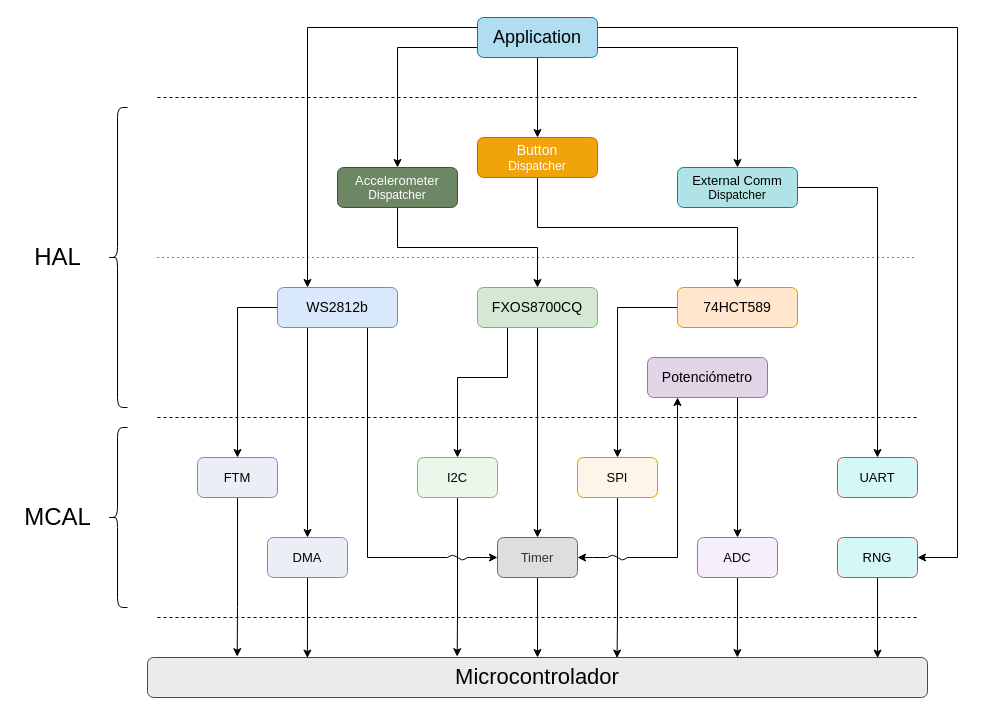
Above: TP2/Drivers_diagram.drawio in tlondero/LaboDeMicros (draw.io), before the change. Source tidied: cells renumbered, new cells numbered last; positions are measured from the earlier drawing's top-left corner, leaving out a move shared by most shapes. Both pictures are drawn from the tidied source at 100%, with x=0, y=0 at pixel (17, 17).
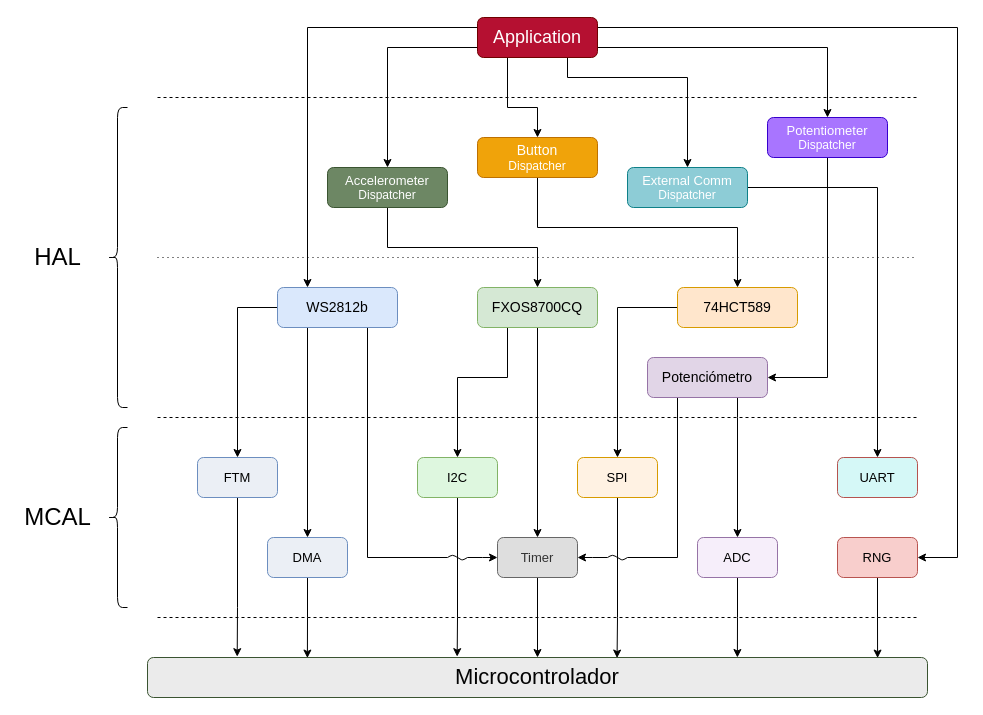
Above is the later version.

Unchanged cells that the change refers to:
```xml
<mxCell id="11" value="&lt;font style=&quot;font-size: 14px&quot;&gt;WS2812b&lt;/font&gt;" style="rounded=1;whiteSpace=wrap;html=1;fillColor=#dae8fc;strokeColor=#6c8ebf;" parent="1" vertex="1">
  <mxGeometry x="260" y="270" width="120" height="40" as="geometry" />
</mxCell>
<mxCell id="20" value="&lt;font style=&quot;font-size: 14px&quot;&gt;FXOS8700CQ&lt;/font&gt;" style="rounded=1;whiteSpace=wrap;html=1;fillColor=#d5e8d4;strokeColor=#82b366;" parent="1" vertex="1">
  <mxGeometry x="460" y="270" width="120" height="40" as="geometry" />
</mxCell>
<mxCell id="40" value="&lt;font style=&quot;font-size: 14px&quot;&gt;Potenciómetro&lt;/font&gt;" style="rounded=1;whiteSpace=wrap;html=1;fillColor=#e1d5e7;strokeColor=#9673a6;" parent="1" vertex="1">
  <mxGeometry x="630" y="340" width="120" height="40" as="geometry" />
</mxCell>
<mxCell id="47" value="&lt;font style=&quot;font-size: 14px&quot;&gt;Button&lt;/font&gt;&lt;br&gt;Dispatcher" style="rounded=1;whiteSpace=wrap;html=1;fillColor=#f0a30a;strokeColor=#BD7000;fontColor=#ffffff;" parent="1" vertex="1">
  <mxGeometry x="460" y="120" width="120" height="40" as="geometry" />
</mxCell>
```

Change to the diagram source:
```diff
@@
     <mxCell id="3" style="edgeStyle=orthogonalEdgeStyle;rounded=0;jettySize=auto;html=1;entryX=0.5;entryY=0;entryDx=0;entryDy=0;" parent="1" edge="1" source="7" target="45">
       <mxGeometry relative="1" as="geometry">
         <Array as="points">
-          <mxPoint x="380" y="30" />
+          <mxPoint x="370" y="30" />
         </Array>
       </mxGeometry>
     </mxCell>
-    <mxCell id="4" style="edgeStyle=orthogonalEdgeStyle;rounded=0;jettySize=auto;html=1;exitX=0.5;exitY=1;exitDx=0;exitDy=0;entryX=0.5;entryY=0;entryDx=0;entryDy=0;" parent="1" edge="1" source="7" target="47">
-      <mxGeometry relative="1" as="geometry" />
+    <mxCell id="4" style="edgeStyle=orthogonalEdgeStyle;rounded=0;jettySize=auto;html=1;exitX=0.25;exitY=1;exitDx=0;exitDy=0;entryX=0.5;entryY=0;entryDx=0;entryDy=0;" parent="1" edge="1" source="7" target="47">
+      <mxGeometry relative="1" as="geometry">
+        <Array as="points">
+          <mxPoint x="490" y="90" />
+          <mxPoint x="520" y="90" />
+        </Array>
+      </mxGeometry>
     </mxCell>
+    <mxCell id="6" style="edgeStyle=elbowEdgeStyle;rounded=0;jettySize=auto;elbow=vertical;html=1;exitX=0;exitY=0.25;exitDx=0;exitDy=0;entryX=0.25;entryY=0;entryDx=0;entryDy=0;startArrow=none;startFill=0;endArrow=classic;endFill=1;" parent="1" edge="1" source="7" target="11">
+      <mxGeometry relative="1" as="geometry">
+        <Array as="points">
+          <mxPoint x="380" y="10" />
+        </Array>
+      </mxGeometry>
+    </mxCell>
-    <mxCell id="5" style="edgeStyle=orthogonalEdgeStyle;rounded=0;jettySize=auto;html=1;exitX=1;exitY=0.75;exitDx=0;exitDy=0;entryX=0.5;entryY=0;entryDx=0;entryDy=0;" parent="1" edge="1" source="7" target="49">
-      <mxGeometry relative="1" as="geometry" />
+    <mxCell id="5" style="edgeStyle=elbowEdgeStyle;rounded=0;jettySize=auto;elbow=vertical;html=1;exitX=0.75;exitY=1;exitDx=0;exitDy=0;startArrow=none;startFill=0;endArrow=classic;endFill=1;entryX=0.5;entryY=0;entryDx=0;entryDy=0;" parent="1" edge="1" source="7" target="49">
+      <mxGeometry relative="1" as="geometry">
+        <Array as="points">
+          <mxPoint x="630" y="60" />
+        </Array>
+      </mxGeometry>
     </mxCell>
-    <mxCell id="6" style="edgeStyle=elbowEdgeStyle;rounded=0;jettySize=auto;elbow=vertical;html=1;exitX=0;exitY=0.25;exitDx=0;exitDy=0;entryX=0.25;entryY=0;entryDx=0;entryDy=0;startArrow=none;startFill=0;endArrow=classic;endFill=1;" parent="1" edge="1" source="7" target="11">
-      <mxGeometry relative="1" as="geometry">
-        <Array as="points">
-          <mxPoint x="380" y="10" />
-        </Array>
-      </mxGeometry>
-    </mxCell>
+    <mxCell id="54" style="edgeStyle=elbowEdgeStyle;rounded=0;jettySize=auto;elbow=vertical;html=1;exitX=1;exitY=0.75;exitDx=0;exitDy=0;startArrow=none;startFill=0;endArrow=classic;endFill=1;" parent="1" edge="1" source="7" target="56">
+      <mxGeometry relative="1" as="geometry">
+        <Array as="points">
+          <mxPoint x="700" y="30" />
+        </Array>
+      </mxGeometry>
+    </mxCell>
-    <mxCell id="7" value="&lt;font style=&quot;font-size: 18px&quot;&gt;Application&lt;/font&gt;" style="rounded=1;whiteSpace=wrap;html=1;fillColor=#b1ddf0;strokeColor=#10739e;" parent="1" vertex="1">
+    <mxCell id="7" value="&lt;font style=&quot;font-size: 18px&quot;&gt;Application&lt;/font&gt;" style="rounded=1;whiteSpace=wrap;html=1;strokeColor=#6F0000;fontColor=#ffffff;fillColor=#B51031;" parent="1" vertex="1">
       <mxGeometry x="460" width="120" height="40" as="geometry" />
     </mxCell>
@@
-    <mxCell id="26" value="&lt;font style=&quot;font-size: 13px&quot;&gt;I2C&lt;/font&gt;" style="rounded=1;whiteSpace=wrap;html=1;strokeColor=#82b366;fillColor=#EBF7EB;" parent="1" vertex="1">
+    <mxCell id="26" value="&lt;font style=&quot;font-size: 13px&quot;&gt;I2C&lt;/font&gt;" style="rounded=1;whiteSpace=wrap;html=1;strokeColor=#82b366;fillColor=#DEF7DF;" parent="1" vertex="1">
       <mxGeometry x="400" y="440" width="80" height="40" as="geometry" />
     </mxCell>
@@
-    <mxCell id="32" value="&lt;font style=&quot;font-size: 13px&quot;&gt;SPI&lt;/font&gt;" style="rounded=1;whiteSpace=wrap;html=1;strokeColor=#d79b00;fillColor=#FFF4E8;" parent="1" vertex="1">
+    <mxCell id="32" value="&lt;font style=&quot;font-size: 13px&quot;&gt;SPI&lt;/font&gt;" style="rounded=1;whiteSpace=wrap;html=1;strokeColor=#d79b00;fillColor=#FFF2E3;" parent="1" vertex="1">
       <mxGeometry x="560" y="440" width="80" height="40" as="geometry" />
     </mxCell>
@@
-    <mxCell id="36" value="&lt;font style=&quot;font-size: 13px&quot;&gt;RNG&lt;/font&gt;" style="rounded=1;whiteSpace=wrap;html=1;fillColor=#D5F8F7;strokeColor=#B5534F;" parent="1" vertex="1">
+    <mxCell id="36" value="&lt;font style=&quot;font-size: 13px&quot;&gt;RNG&lt;/font&gt;" style="rounded=1;whiteSpace=wrap;html=1;fillColor=#f8cecc;strokeColor=#b85450;" parent="1" vertex="1">
       <mxGeometry x="820" y="520" width="80" height="40" as="geometry" />
     </mxCell>
@@
-    <mxCell id="39" style="edgeStyle=elbowEdgeStyle;rounded=0;jettySize=auto;elbow=vertical;html=1;exitX=0.25;exitY=1;exitDx=0;exitDy=0;startArrow=classic;startFill=1;endArrow=none;endFill=0;" parent="1" edge="1" source="40">
+    <mxCell id="39" style="edgeStyle=elbowEdgeStyle;rounded=0;jettySize=auto;elbow=vertical;html=1;exitX=0.25;exitY=1;exitDx=0;exitDy=0;startArrow=none;startFill=0;endArrow=none;endFill=0;" parent="1" edge="1" source="40">
       <mxGeometry relative="1" as="geometry">
         <mxPoint x="610" y="540" as="targetPoint" />
         <Array as="points">
           <mxPoint x="660" y="540" />
         </Array>
       </mxGeometry>
     </mxCell>
@@
     <mxCell id="44" style="edgeStyle=orthogonalEdgeStyle;rounded=0;jettySize=auto;html=1;exitX=0.5;exitY=1;exitDx=0;exitDy=0;entryX=0.5;entryY=0;entryDx=0;entryDy=0;" parent="1" edge="1" source="45" target="20">
       <mxGeometry relative="1" as="geometry">
         <Array as="points">
-          <mxPoint x="380" y="230" />
+          <mxPoint x="370" y="230" />
           <mxPoint x="520" y="230" />
         </Array>
       </mxGeometry>
     </mxCell>
     <mxCell id="45" value="&lt;font style=&quot;font-size: 13px&quot;&gt;Accelerometer&lt;br&gt;&lt;/font&gt;Dispatcher" style="rounded=1;whiteSpace=wrap;html=1;fillColor=#6d8764;strokeColor=#3A5431;fontColor=#ffffff;" parent="1" vertex="1">
-      <mxGeometry x="320" y="150" width="120" height="40" as="geometry" />
+      <mxGeometry x="310" y="150" width="120" height="40" as="geometry" />
     </mxCell>
@@
-    <mxCell id="49" value="&lt;font style=&quot;font-size: 13px&quot;&gt;External Comm&lt;/font&gt;&lt;br&gt;Dispatcher" style="rounded=1;whiteSpace=wrap;html=1;fillColor=#b0e3e6;strokeColor=#0e8088;" parent="1" vertex="1">
-      <mxGeometry x="660" y="150" width="120" height="40" as="geometry" />
+    <mxCell id="49" value="&lt;font color=&quot;#ffffff&quot;&gt;&lt;font style=&quot;font-size: 13px&quot;&gt;External Comm&lt;/font&gt;&lt;br&gt;Dispatcher&lt;/font&gt;" style="rounded=1;whiteSpace=wrap;html=1;strokeColor=#0e8088;fillColor=#8DCCD6;" parent="1" vertex="1">
+      <mxGeometry x="610" y="150" width="120" height="40" as="geometry" />
     </mxCell>
@@
+    <mxCell id="55" style="edgeStyle=elbowEdgeStyle;rounded=0;jettySize=auto;elbow=vertical;html=1;entryX=1;entryY=0.5;entryDx=0;entryDy=0;startArrow=none;startFill=0;endArrow=classic;endFill=1;" parent="1" edge="1" source="56" target="40">
+      <mxGeometry relative="1" as="geometry">
+        <Array as="points">
+          <mxPoint x="810" y="360" />
+        </Array>
+      </mxGeometry>
+    </mxCell>
+    <mxCell id="56" value="&lt;span style=&quot;font-size: 13px&quot;&gt;Potentiometer&lt;/span&gt;&lt;br&gt;Dispatcher" style="rounded=1;whiteSpace=wrap;html=1;strokeColor=#3700CC;fontColor=#ffffff;fillColor=#A875FF;" parent="1" vertex="1">
+      <mxGeometry x="750" y="100" width="120" height="40" as="geometry" />
+    </mxCell>
```
